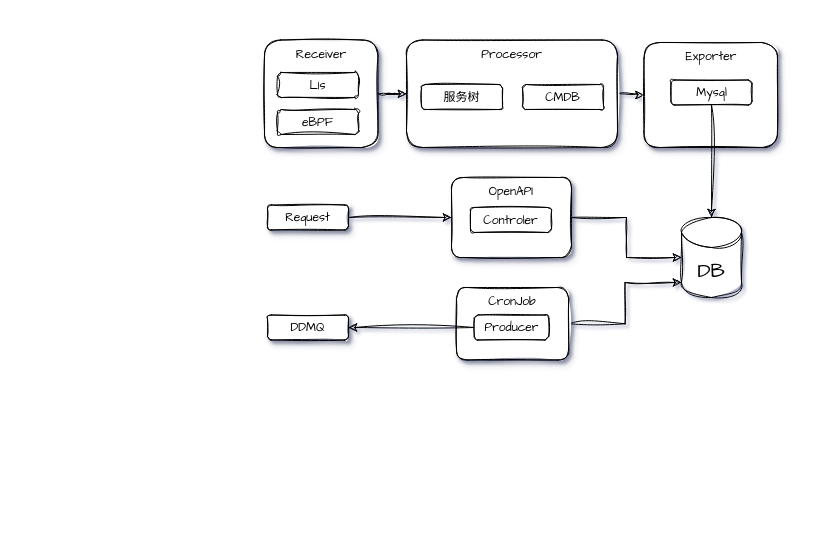
yubo/draw keeps this draw.io diagram as page "概要" (1 of 3) of app-prober.drawio. Above is the earlier version. Source tidied: cells renumbered, new cells numbered last; positions are measured from the earlier drawing's top-left corner, leaving out a move shared by most shapes. Both pictures are drawn from the tidied source at 100%, with x=0, y=0 at pixel (264, 39).
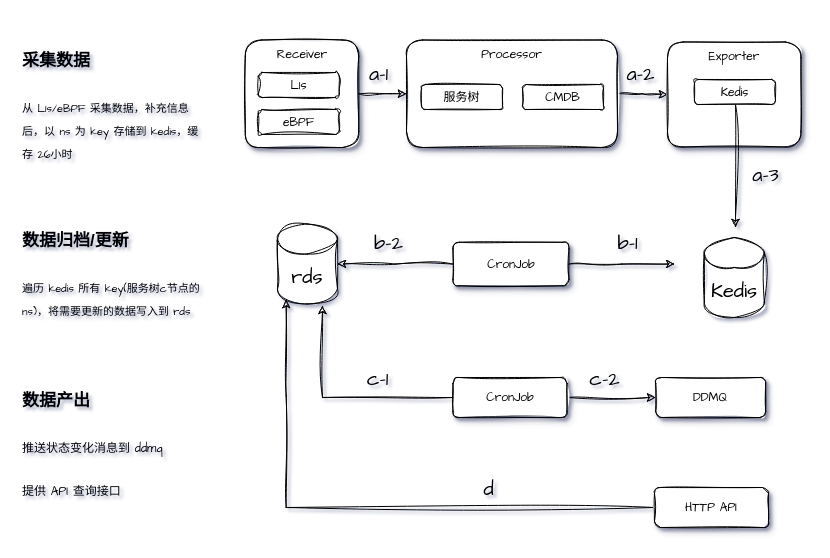
After the change.

Unchanged cells that the change refers to:
```xml
<mxCell id="6" style="edgeStyle=orthogonalEdgeStyle;rounded=0;sketch=1;hachureGap=4;jiggle=2;curveFitting=1;jettySize=auto;html=1;fontFamily=Architects Daughter;fontSize=16;" parent="1" edge="1" source="7" target="10">
  <mxGeometry relative="1" as="geometry" />
</mxCell>
<mxCell id="9" style="edgeStyle=orthogonalEdgeStyle;rounded=0;sketch=1;hachureGap=4;jiggle=2;curveFitting=1;jettySize=auto;html=1;entryX=0;entryY=0.5;entryDx=0;entryDy=0;fontFamily=Architects Daughter;fontSize=16;" parent="1" edge="1" source="10" target="17">
  <mxGeometry relative="1" as="geometry" />
</mxCell>
```

What changed in the source:
```diff
@@
-    <mxCell id="2" style="edgeStyle=orthogonalEdgeStyle;rounded=0;sketch=1;hachureGap=4;jiggle=2;curveFitting=1;jettySize=auto;html=1;entryX=0;entryY=1;entryDx=0;entryDy=-15;entryPerimeter=0;fontFamily=Architects Daughter;fontSize=16;" parent="1" edge="1" source="3" target="22">
-      <mxGeometry relative="1" as="geometry" />
-    </mxCell>
+    <mxCell id="24" style="edgeStyle=orthogonalEdgeStyle;rounded=0;sketch=1;hachureGap=4;jiggle=2;curveFitting=1;jettySize=auto;html=1;entryX=0;entryY=0.5;entryDx=0;entryDy=0;fontFamily=Architects Daughter;fontSize=16;" parent="1" edge="1" source="3" target="16">
+      <mxGeometry relative="1" as="geometry" />
+    </mxCell>
+    <mxCell id="25" value="c-2" style="edgeLabel;html=1;align=center;verticalAlign=middle;fontSize=20;fontFamily=Architects Daughter;labelBackgroundColor=none;" parent="24" vertex="1">
+      <mxGeometry x="-0.18" relative="1" as="geometry">
+        <mxPoint x="1" y="-20" as="offset" />
+      </mxGeometry>
+    </mxCell>
+    <mxCell id="26" style="edgeStyle=orthogonalEdgeStyle;rounded=0;sketch=1;hachureGap=4;jiggle=2;curveFitting=1;jettySize=auto;html=1;entryX=0.75;entryY=1.019;entryDx=0;entryDy=0;entryPerimeter=0;fontFamily=Architects Daughter;fontSize=16;" parent="1" edge="1" source="3" target="35">
+      <mxGeometry relative="1" as="geometry" />
+    </mxCell>
+    <mxCell id="27" value="c-1" style="edgeLabel;html=1;align=center;verticalAlign=middle;fontSize=20;fontFamily=Architects Daughter;labelBackgroundColor=none;" parent="26" vertex="1">
+      <mxGeometry x="-0.32" y="-1" relative="1" as="geometry">
+        <mxPoint y="-19" as="offset" />
+      </mxGeometry>
+    </mxCell>
-    <mxCell id="3" value="&lt;font face=&quot;Comic Sans MS&quot;&gt;CronJob&lt;/font&gt;" style="rounded=1;whiteSpace=wrap;html=1;shadow=1;sketch=1;strokeColor=default;fillColor=default;gradientColor=none;glass=0;horizontal=1;verticalAlign=top;labelBackgroundColor=none;" parent="1" vertex="1">
-      <mxGeometry x="192" y="248" width="112.2" height="72.5" as="geometry" />
+    <mxCell id="3" value="&lt;font face=&quot;Comic Sans MS&quot;&gt;CronJob&lt;/font&gt;" style="rounded=1;whiteSpace=wrap;html=1;shadow=1;sketch=1;strokeColor=default;fillColor=default;gradientColor=none;glass=0;horizontal=1;verticalAlign=middle;labelBackgroundColor=none;" parent="1" vertex="1">
+      <mxGeometry x="188.5" y="338" width="114" height="40" as="geometry" />
     </mxCell>
-    <mxCell id="4" style="edgeStyle=orthogonalEdgeStyle;rounded=0;sketch=1;hachureGap=4;jiggle=2;curveFitting=1;jettySize=auto;html=1;entryX=0;entryY=0.5;entryDx=0;entryDy=0;entryPerimeter=0;fontFamily=Architects Daughter;fontSize=16;" parent="1" edge="1" source="5" target="22">
-      <mxGeometry relative="1" as="geometry" />
-    </mxCell>
+    <mxCell id="28" style="edgeStyle=orthogonalEdgeStyle;rounded=0;sketch=1;hachureGap=4;jiggle=2;curveFitting=1;jettySize=auto;html=1;fontFamily=Architects Daughter;fontSize=16;" parent="1" edge="1" source="5">
+      <mxGeometry relative="1" as="geometry">
+        <mxPoint x="410.1" y="224.5" as="targetPoint" />
+      </mxGeometry>
+    </mxCell>
+    <mxCell id="29" value="b-1" style="edgeLabel;html=1;align=center;verticalAlign=middle;fontSize=20;fontFamily=Architects Daughter;labelBackgroundColor=none;" parent="28" vertex="1">
+      <mxGeometry x="0.09" y="1" relative="1" as="geometry">
+        <mxPoint y="-21" as="offset" />
+      </mxGeometry>
+    </mxCell>
+    <mxCell id="30" style="edgeStyle=orthogonalEdgeStyle;rounded=0;sketch=1;hachureGap=4;jiggle=2;curveFitting=1;jettySize=auto;html=1;entryX=1;entryY=0.5;entryDx=0;entryDy=0;entryPerimeter=0;fontFamily=Architects Daughter;fontSize=16;" parent="1" edge="1" source="5" target="35">
+      <mxGeometry relative="1" as="geometry" />
+    </mxCell>
+    <mxCell id="31" value="b-2" style="edgeLabel;html=1;align=center;verticalAlign=middle;fontSize=20;fontFamily=Architects Daughter;labelBackgroundColor=none;" parent="30" vertex="1">
+      <mxGeometry x="0.12" y="-4" relative="1" as="geometry">
+        <mxPoint y="-18" as="offset" />
+      </mxGeometry>
+    </mxCell>
-    <mxCell id="5" value="&lt;font face=&quot;Comic Sans MS&quot;&gt;OpenAPI&lt;/font&gt;" style="rounded=1;whiteSpace=wrap;html=1;shadow=1;sketch=1;strokeColor=default;fillColor=default;gradientColor=none;glass=0;horizontal=1;verticalAlign=top;labelBackgroundColor=none;" parent="1" vertex="1">
-      <mxGeometry x="187" y="138" width="120" height="80" as="geometry" />
+    <mxCell id="5" value="&lt;font face=&quot;Comic Sans MS&quot;&gt;CronJob&lt;/font&gt;" style="rounded=1;whiteSpace=wrap;html=1;shadow=1;sketch=1;strokeColor=default;fillColor=default;gradientColor=none;glass=0;horizontal=1;verticalAlign=middle;labelBackgroundColor=none;" parent="1" vertex="1">
+      <mxGeometry x="188.5" y="202.8" width="116" height="43.5" as="geometry" />
     </mxCell>
@@
+    <mxCell id="32" value="a-1" style="edgeLabel;html=1;align=center;verticalAlign=middle;fontSize=20;fontFamily=Architects Daughter;labelBackgroundColor=none;" parent="6" vertex="1">
+      <mxGeometry x="0.3" y="14" relative="1" as="geometry">
+        <mxPoint x="-12" y="-7" as="offset" />
+      </mxGeometry>
+    </mxCell>
     <mxCell id="7" value="&lt;font face=&quot;Comic Sans MS&quot;&gt;Receiver&lt;/font&gt;" style="rounded=1;whiteSpace=wrap;html=1;shadow=1;sketch=1;strokeColor=default;fillColor=default;gradientColor=none;glass=0;horizontal=1;verticalAlign=top;labelBackgroundColor=none;" parent="1" vertex="1">
-      <mxGeometry y="0.5" width="113.5" height="107.5" as="geometry" />
+      <mxGeometry x="-19.2" y="0.5" width="113.5" height="107.5" as="geometry" />
     </mxCell>
     <mxCell id="8" value="&lt;font face=&quot;Comic Sans MS&quot;&gt;L1s&lt;/font&gt;" style="rounded=1;whiteSpace=wrap;html=1;shadow=0;strokeColor=default;fillColor=default;gradientColor=none;glass=0;labelBackgroundColor=none;sketch=1;curveFitting=1;jiggle=2;" parent="1" vertex="1">
-      <mxGeometry x="13" y="33" width="81" height="25" as="geometry" />
+      <mxGeometry x="-6.2" y="33" width="81" height="25" as="geometry" />
     </mxCell>
@@
+    <mxCell id="33" value="a-2" style="edgeLabel;html=1;align=center;verticalAlign=middle;fontSize=20;fontFamily=Architects Daughter;labelBackgroundColor=none;" parent="9" vertex="1">
+      <mxGeometry x="-0.13" relative="1" as="geometry">
+        <mxPoint y="-21" as="offset" />
+      </mxGeometry>
+    </mxCell>
@@
-    <mxCell id="12" style="edgeStyle=orthogonalEdgeStyle;rounded=0;sketch=1;hachureGap=4;jiggle=2;curveFitting=1;jettySize=auto;html=1;entryX=1;entryY=0.5;entryDx=0;entryDy=0;fontFamily=Architects Daughter;fontSize=16;" parent="1" edge="1" source="13" target="16">
-      <mxGeometry relative="1" as="geometry" />
-    </mxCell>
-    <mxCell id="13" value="&lt;font face=&quot;Comic Sans MS&quot;&gt;Producer&lt;/font&gt;" style="rounded=1;whiteSpace=wrap;html=1;shadow=0;sketch=1;strokeColor=default;fillColor=default;gradientColor=none;glass=0;labelBackgroundColor=none;" parent="1" vertex="1">
-      <mxGeometry x="209.8" y="275.5" width="74.5" height="25" as="geometry" />
-    </mxCell>
-    <mxCell id="14" style="edgeStyle=orthogonalEdgeStyle;rounded=0;sketch=1;hachureGap=4;jiggle=2;curveFitting=1;jettySize=auto;html=1;entryX=0;entryY=0.5;entryDx=0;entryDy=0;fontFamily=Architects Daughter;fontSize=16;" parent="1" edge="1" source="15" target="5">
-      <mxGeometry relative="1" as="geometry" />
-    </mxCell>
-    <mxCell id="15" value="&lt;font face=&quot;Comic Sans MS&quot;&gt;Request&lt;/font&gt;" style="rounded=1;whiteSpace=wrap;html=1;shadow=1;sketch=1;strokeColor=default;fillColor=default;gradientColor=none;glass=0;labelBackgroundColor=none;" parent="1" vertex="1">
-      <mxGeometry x="3" y="165.5" width="81" height="25" as="geometry" />
-    </mxCell>
     <mxCell id="16" value="&lt;font face=&quot;Comic Sans MS&quot;&gt;DDMQ&lt;/font&gt;" style="rounded=1;whiteSpace=wrap;html=1;shadow=1;sketch=1;strokeColor=default;fillColor=default;gradientColor=none;glass=0;labelBackgroundColor=none;" parent="1" vertex="1">
-      <mxGeometry x="3" y="275.5" width="81" height="25" as="geometry" />
+      <mxGeometry x="391.2" y="338" width="110" height="40" as="geometry" />
     </mxCell>
     <mxCell id="17" value="&lt;font face=&quot;Comic Sans MS&quot;&gt;Exporter&lt;/font&gt;" style="rounded=1;whiteSpace=wrap;html=1;shadow=1;sketch=1;strokeColor=default;fillColor=default;gradientColor=none;glass=0;horizontal=1;verticalAlign=top;labelBackgroundColor=none;" parent="1" vertex="1">
-      <mxGeometry x="379.5" y="3" width="133.5" height="105" as="geometry" />
+      <mxGeometry x="403" y="2.5" width="133.5" height="105" as="geometry" />
     </mxCell>
@@
     <mxCell id="19" value="&lt;font face=&quot;Comic Sans MS&quot;&gt;eBPF&lt;/font&gt;" style="rounded=1;whiteSpace=wrap;html=1;shadow=0;strokeColor=default;fillColor=default;gradientColor=none;glass=0;labelBackgroundColor=none;sketch=1;curveFitting=1;jiggle=2;" parent="1" vertex="1">
-      <mxGeometry x="13" y="70" width="81" height="25" as="geometry" />
+      <mxGeometry x="-6.2" y="70" width="81" height="25" as="geometry" />
     </mxCell>
-    <mxCell id="20" style="edgeStyle=orthogonalEdgeStyle;rounded=0;sketch=1;hachureGap=4;jiggle=2;curveFitting=1;jettySize=auto;html=1;entryX=0.5;entryY=0;entryDx=0;entryDy=0;entryPerimeter=0;fontFamily=Architects Daughter;fontSize=16;" parent="1" edge="1" source="21" target="22">
-      <mxGeometry relative="1" as="geometry" />
+    <mxCell id="20" style="edgeStyle=orthogonalEdgeStyle;rounded=0;sketch=1;hachureGap=4;jiggle=2;curveFitting=1;jettySize=auto;html=1;fontFamily=Architects Daughter;fontSize=16;" parent="1" edge="1" source="21">
+      <mxGeometry relative="1" as="geometry">
+        <mxPoint x="471" y="188" as="targetPoint" />
+        <Array as="points">
+          <mxPoint x="471" y="178" />
+        </Array>
+      </mxGeometry>
     </mxCell>
+    <mxCell id="34" value="a-3" style="edgeLabel;html=1;align=center;verticalAlign=middle;fontSize=20;fontFamily=Architects Daughter;labelBackgroundColor=none;" parent="20" vertex="1">
+      <mxGeometry x="0.1" y="6" relative="1" as="geometry">
+        <mxPoint x="23" y="1" as="offset" />
+      </mxGeometry>
+    </mxCell>
-    <mxCell id="21" value="&lt;font face=&quot;Comic Sans MS&quot;&gt;Mysql&lt;/font&gt;" style="rounded=1;whiteSpace=wrap;html=1;shadow=0;sketch=1;strokeColor=default;fillColor=default;gradientColor=none;glass=0;labelBackgroundColor=none;direction=west;" parent="1" vertex="1">
-      <mxGeometry x="406.5" y="40.5" width="81" height="25" as="geometry" />
+    <mxCell id="21" value="&lt;font face=&quot;Comic Sans MS&quot;&gt;Kedis&lt;/font&gt;" style="rounded=1;whiteSpace=wrap;html=1;shadow=0;sketch=1;strokeColor=default;fillColor=default;gradientColor=none;glass=0;labelBackgroundColor=none;direction=west;" parent="1" vertex="1">
+      <mxGeometry x="430" y="40" width="81" height="25" as="geometry" />
     </mxCell>
-    <mxCell id="22" value="DB" style="shape=cylinder3;whiteSpace=wrap;html=1;boundedLbl=1;backgroundOutline=1;size=15;sketch=1;hachureGap=4;jiggle=2;curveFitting=1;fontFamily=Architects Daughter;fontSize=20;" parent="1" vertex="1">
-      <mxGeometry x="417" y="178" width="60" height="80" as="geometry" />
-    </mxCell>
-    <mxCell id="23" value="&lt;font face=&quot;Comic Sans MS&quot;&gt;Controler&lt;/font&gt;" style="rounded=1;whiteSpace=wrap;html=1;shadow=0;sketch=1;strokeColor=default;fillColor=default;gradientColor=none;glass=0;labelBackgroundColor=none;" parent="1" vertex="1">
-      <mxGeometry x="206" y="168" width="81" height="25" as="geometry" />
-    </mxCell>
+    <mxCell id="35" value="rds" style="shape=cylinder3;whiteSpace=wrap;html=1;boundedLbl=1;backgroundOutline=1;size=15;sketch=1;hachureGap=4;jiggle=2;curveFitting=1;fontFamily=Architects Daughter;fontSize=20;" parent="1" vertex="1">
+      <mxGeometry x="13" y="184.5" width="60" height="80" as="geometry" />
+    </mxCell>
+    <mxCell id="36" style="edgeStyle=orthogonalEdgeStyle;rounded=0;sketch=1;hachureGap=4;jiggle=2;curveFitting=1;jettySize=auto;html=1;entryX=0.145;entryY=1;entryDx=0;entryDy=-4.35;entryPerimeter=0;fontFamily=Architects Daughter;fontSize=16;" parent="1" edge="1" source="38" target="35">
+      <mxGeometry relative="1" as="geometry" />
+    </mxCell>
+    <mxCell id="37" value="d" style="edgeLabel;html=1;align=center;verticalAlign=middle;fontSize=20;fontFamily=Architects Daughter;labelBackgroundColor=none;" parent="36" vertex="1">
+      <mxGeometry x="-0.42" y="1" relative="1" as="geometry">
+        <mxPoint y="-21" as="offset" />
+      </mxGeometry>
+    </mxCell>
+    <mxCell id="38" value="&lt;font face=&quot;Comic Sans MS&quot;&gt;HTTP API&lt;/font&gt;" style="rounded=1;whiteSpace=wrap;html=1;shadow=1;sketch=1;strokeColor=default;fillColor=default;gradientColor=none;glass=0;horizontal=1;verticalAlign=middle;labelBackgroundColor=none;" parent="1" vertex="1">
+      <mxGeometry x="390" y="448" width="114" height="40" as="geometry" />
+    </mxCell>
+    <mxCell id="39" value="&lt;h1 style=&quot;line-height: 40%;&quot;&gt;&lt;font face=&quot;Helvetica&quot;&gt;&lt;span style=&quot;font-size: 17px;&quot;&gt;采集数据&lt;/span&gt;&lt;/font&gt;&lt;/h1&gt;&lt;p style=&quot;line-height: 100%;&quot;&gt;&lt;font style=&quot;font-size: 11px;&quot;&gt;从 L1s/eBPF 采集数据，补充信息后，以 ns 为 key 存储到 kedis，缓存 26小时&lt;/font&gt;&lt;/p&gt;" style="text;html=1;strokeColor=none;fillColor=none;spacing=5;spacingTop=-20;whiteSpace=wrap;overflow=hidden;rounded=0;fontSize=20;fontFamily=Architects Daughter;" parent="1" vertex="1">
+      <mxGeometry x="-247" y="-12" width="190" height="140" as="geometry" />
+    </mxCell>
+    <mxCell id="40" value="&lt;h1 style=&quot;line-height: 40%;&quot;&gt;&lt;font face=&quot;Helvetica&quot;&gt;&lt;span style=&quot;font-size: 17px;&quot;&gt;数据归档/更新&lt;/span&gt;&lt;/font&gt;&lt;/h1&gt;&lt;p style=&quot;line-height: 100%;&quot;&gt;&lt;span style=&quot;font-size: 11px; background-color: initial;&quot;&gt;遍历 kedis 所有 key(服务树c节点的ns)，将需要更新的数据写入到 rds&lt;/span&gt;&lt;/p&gt;" style="text;html=1;strokeColor=none;fillColor=none;spacing=5;spacingTop=-20;whiteSpace=wrap;overflow=hidden;rounded=0;fontSize=20;fontFamily=Architects Daughter;" parent="1" vertex="1">
+      <mxGeometry x="-247" y="168" width="190" height="140" as="geometry" />
+    </mxCell>
+    <mxCell id="41" value="Kedis" style="shape=cylinder3;whiteSpace=wrap;html=1;boundedLbl=1;backgroundOutline=1;size=15;sketch=1;hachureGap=4;jiggle=2;curveFitting=1;fontFamily=Architects Daughter;fontSize=20;" parent="1" vertex="1">
+      <mxGeometry x="439.8" y="198" width="60" height="80" as="geometry" />
+    </mxCell>
+    <mxCell id="42" value="&lt;h1 style=&quot;line-height: 40%;&quot;&gt;&lt;font face=&quot;Helvetica&quot;&gt;&lt;span style=&quot;font-size: 17px;&quot;&gt;数据产出&lt;/span&gt;&lt;/font&gt;&lt;/h1&gt;&lt;p style=&quot;line-height: 100%;&quot;&gt;&lt;span style=&quot;font-size: 12px; background-color: initial;&quot;&gt;推送状态变化消息到 ddmq&lt;/span&gt;&lt;/p&gt;&lt;p style=&quot;line-height: 100%;&quot;&gt;&lt;span style=&quot;font-size: 12px; background-color: initial;&quot;&gt;提供 API 查询接口&lt;/span&gt;&lt;br&gt;&lt;/p&gt;" style="text;html=1;strokeColor=none;fillColor=none;spacing=5;spacingTop=-20;whiteSpace=wrap;overflow=hidden;rounded=0;fontSize=20;fontFamily=Architects Daughter;" parent="1" vertex="1">
+      <mxGeometry x="-247" y="328" width="190" height="160" as="geometry" />
+    </mxCell>
```
